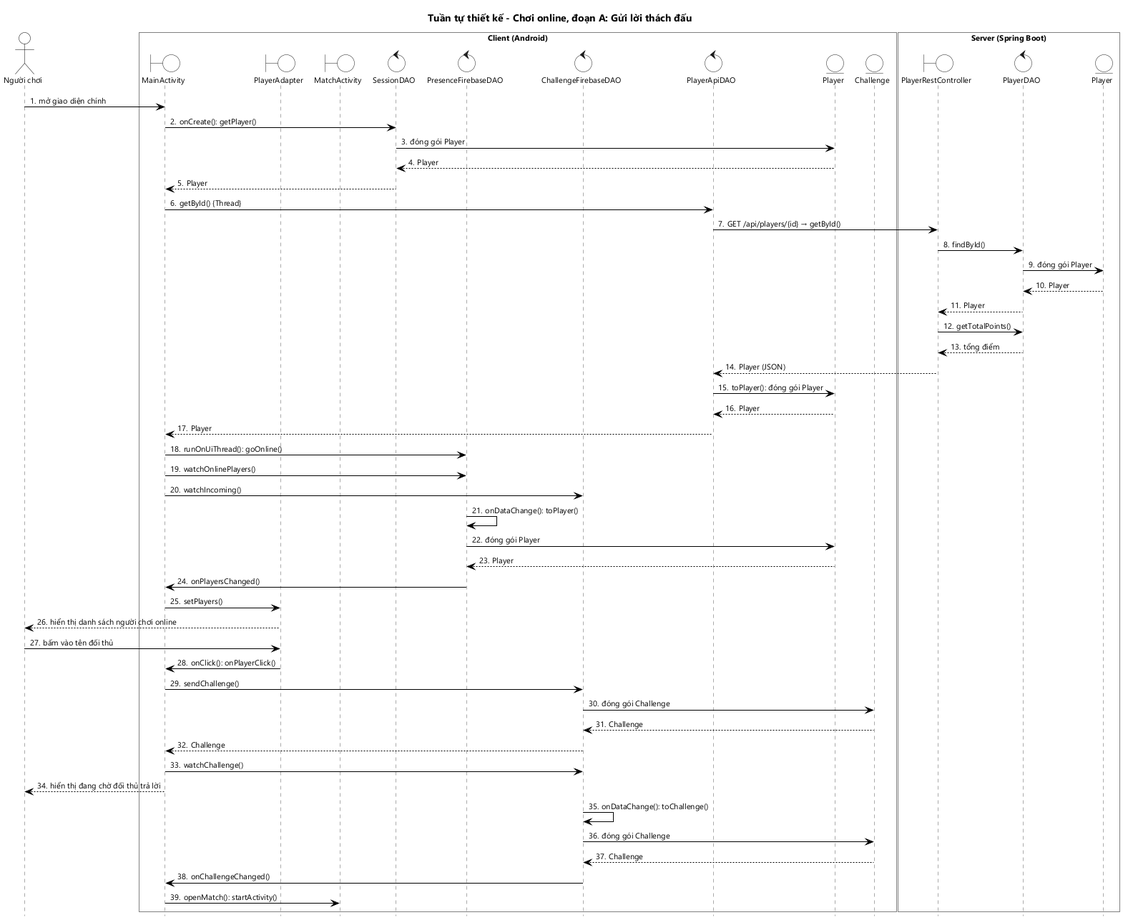
Before: docs/hung/tuan-tu-thiet-ke-uc03a.png, a diagram exported from PlantUML (HungNguyenBa1811/math-dash). Source of this version:
```plantuml
@startuml tuan-tu-thiet-ke-uc03a
!include _seq.iuml
title Tuần tự thiết kế - Chơi online, đoạn A: Gửi lời thách đấu

actor "Người chơi" as U
box "Client (Android)" #FFFFFF
boundary MainActivity as MA
boundary PlayerAdapter as PA
boundary MatchActivity as GA
control SessionDAO as SD
control PresenceFirebaseDAO as PFD
control ChallengeFirebaseDAO as CFD
control PlayerApiDAO as PAD
entity Player as P
entity Challenge as C
end box
box "Server (Spring Boot)" #FFFFFF
boundary "PlayerRestController" as PRC
control "PlayerDAO" as PD
entity "Player" as SP
end box

U -> MA : mở giao diện chính
MA -> SD : onCreate(): getPlayer()
SD -> P : đóng gói Player
P --> SD : Player
SD --> MA : Player
MA -> PAD : getById() {Thread}
PAD -> PRC : GET /api/players/{id} → getById()
PRC -> PD : findById()
PD -> SP : đóng gói Player
SP --> PD : Player
PD --> PRC : Player
PRC -> PD : getTotalPoints()
PD --> PRC : tổng điểm
PRC --> PAD : Player (JSON)
PAD -> P : toPlayer(): đóng gói Player
P --> PAD : Player
PAD --> MA : Player
MA -> PFD : runOnUiThread(): goOnline()
MA -> PFD : watchOnlinePlayers()
MA -> CFD : watchIncoming()
PFD -> PFD : onDataChange(): toPlayer()
PFD -> P : đóng gói Player
P --> PFD : Player
PFD -> MA : onPlayersChanged()
MA -> PA : setPlayers()
PA --> U : hiển thị danh sách người chơi online
U -> PA : bấm vào tên đối thủ
PA -> MA : onClick(): onPlayerClick()
MA -> CFD : sendChallenge()
CFD -> C : đóng gói Challenge
C --> CFD : Challenge
CFD --> MA : Challenge
MA -> CFD : watchChallenge()
MA --> U : hiển thị đang chờ đối thủ trả lời
CFD -> CFD : onDataChange(): toChallenge()
CFD -> C : đóng gói Challenge
C --> CFD : Challenge
CFD -> MA : onChallengeChanged()
MA -> GA : openMatch(): startActivity()
@enduml
```
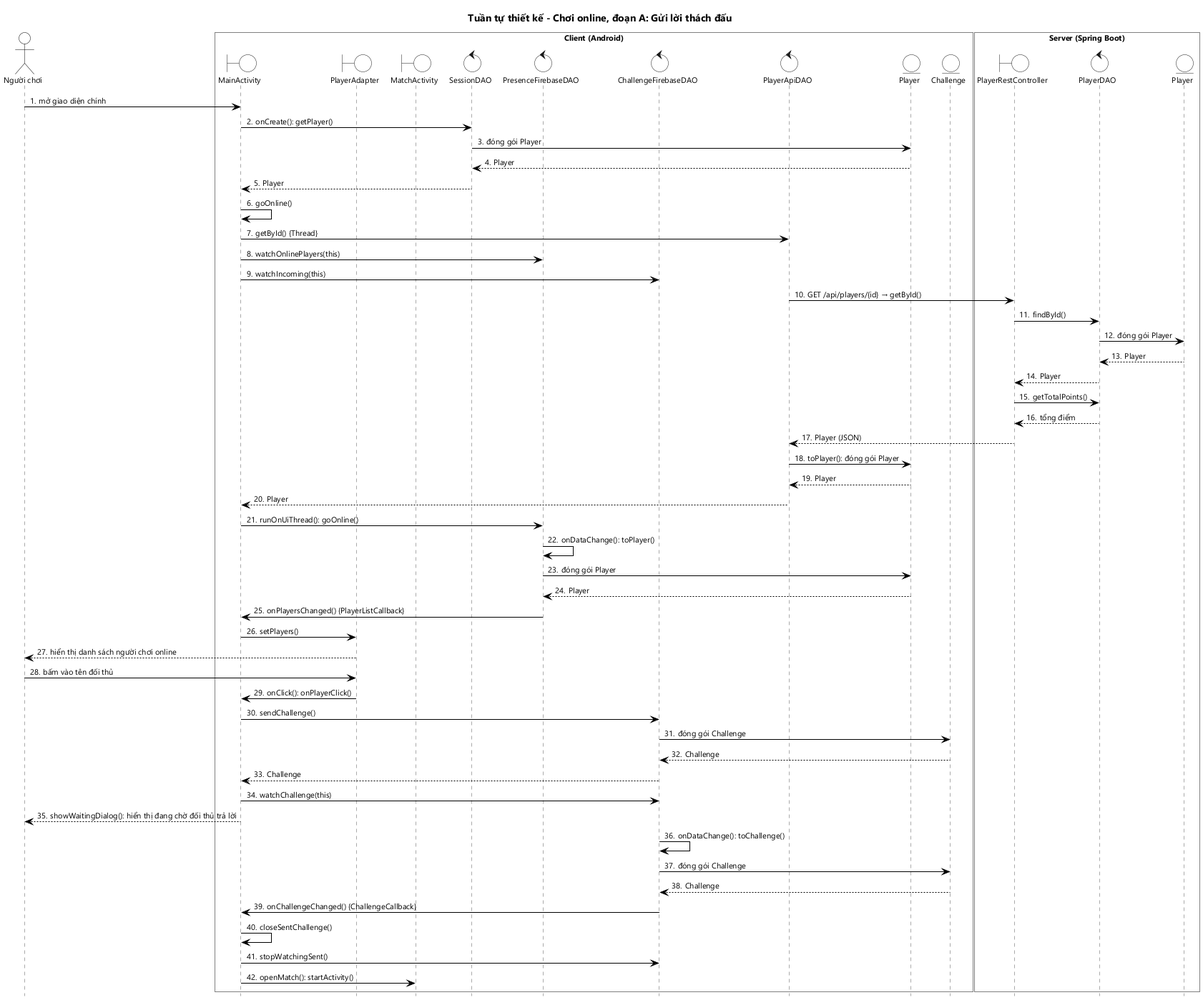
The same diagram one commit later.

Diff of the diagram source:
```diff
@@ -25,7 +25,10 @@
 SD -> P : đóng gói Player
 P --> SD : Player
 SD --> MA : Player
+MA -> MA : goOnline()
 MA -> PAD : getById() {Thread}
+MA -> PFD : watchOnlinePlayers(this)
+MA -> CFD : watchIncoming(this)
 PAD -> PRC : GET /api/players/{id} → getById()
 PRC -> PD : findById()
 PD -> SP : đóng gói Player
@@ -38,12 +41,10 @@
 P --> PAD : Player
 PAD --> MA : Player
 MA -> PFD : runOnUiThread(): goOnline()
-MA -> PFD : watchOnlinePlayers()
-MA -> CFD : watchIncoming()
 PFD -> PFD : onDataChange(): toPlayer()
 PFD -> P : đóng gói Player
 P --> PFD : Player
-PFD -> MA : onPlayersChanged()
+PFD -> MA : onPlayersChanged() {PlayerListCallback}
 MA -> PA : setPlayers()
 PA --> U : hiển thị danh sách người chơi online
 U -> PA : bấm vào tên đối thủ
@@ -52,11 +53,13 @@
 CFD -> C : đóng gói Challenge
 C --> CFD : Challenge
 CFD --> MA : Challenge
-MA -> CFD : watchChallenge()
-MA --> U : hiển thị đang chờ đối thủ trả lời
+MA -> CFD : watchChallenge(this)
+MA --> U : showWaitingDialog(): hiển thị đang chờ đối thủ trả lời
 CFD -> CFD : onDataChange(): toChallenge()
 CFD -> C : đóng gói Challenge
 C --> CFD : Challenge
-CFD -> MA : onChallengeChanged()
+CFD -> MA : onChallengeChanged() {ChallengeCallback}
+MA -> MA : closeSentChallenge()
+MA -> CFD : stopWatchingSent()
 MA -> GA : openMatch(): startActivity()
 @enduml
```
